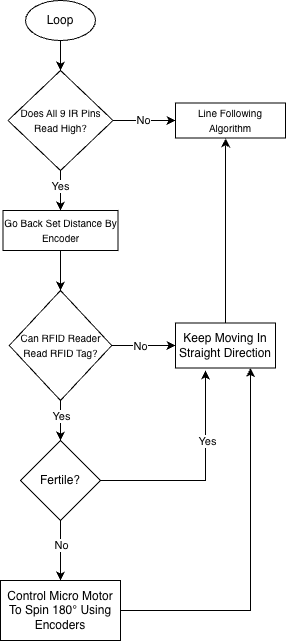
Earlier version of the draw.io export Flowcharts/planting.drawio.png (YanPei420/Team-14-Robot-Challenge). Source tidied: cells renumbered, new cells last; positions are measured from the earlier drawing's top-left corner, leaving out a move shared by most shapes.
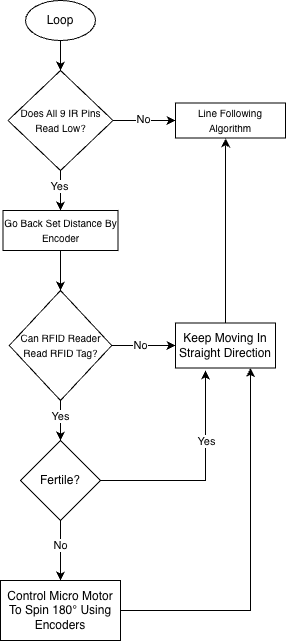
After the change.

Diff of the diagram source:
```diff
@@ -20,7 +20,7 @@
     <mxCell id="7" value="Yes" style="edgeLabel;html=1;align=center;verticalAlign=middle;" parent="6" vertex="1">
       <mxGeometry x="-0.24" y="-1" relative="1" as="geometry" />
     </mxCell>
-    <mxCell id="8" value="&lt;font style=&quot;font-size: 10px;&quot;&gt;Does All 9 IR Pins Read High?&lt;/font&gt;" style="rhombus;whiteSpace=wrap;html=1;" parent="1" vertex="1">
+    <mxCell id="8" value="&lt;font style=&quot;font-size: 10px;&quot;&gt;Does All 9 IR Pins Read Low?&lt;/font&gt;" style="rhombus;whiteSpace=wrap;html=1;" parent="1" vertex="1">
       <mxGeometry x="7.5" y="70" width="105" height="100" as="geometry" />
     </mxCell>
     <mxCell id="9" value="&lt;font style=&quot;font-size: 10px;&quot;&gt;Line Following Algorithm&lt;/font&gt;" style="rounded=0;whiteSpace=wrap;html=1;" parent="1" vertex="1">
```
